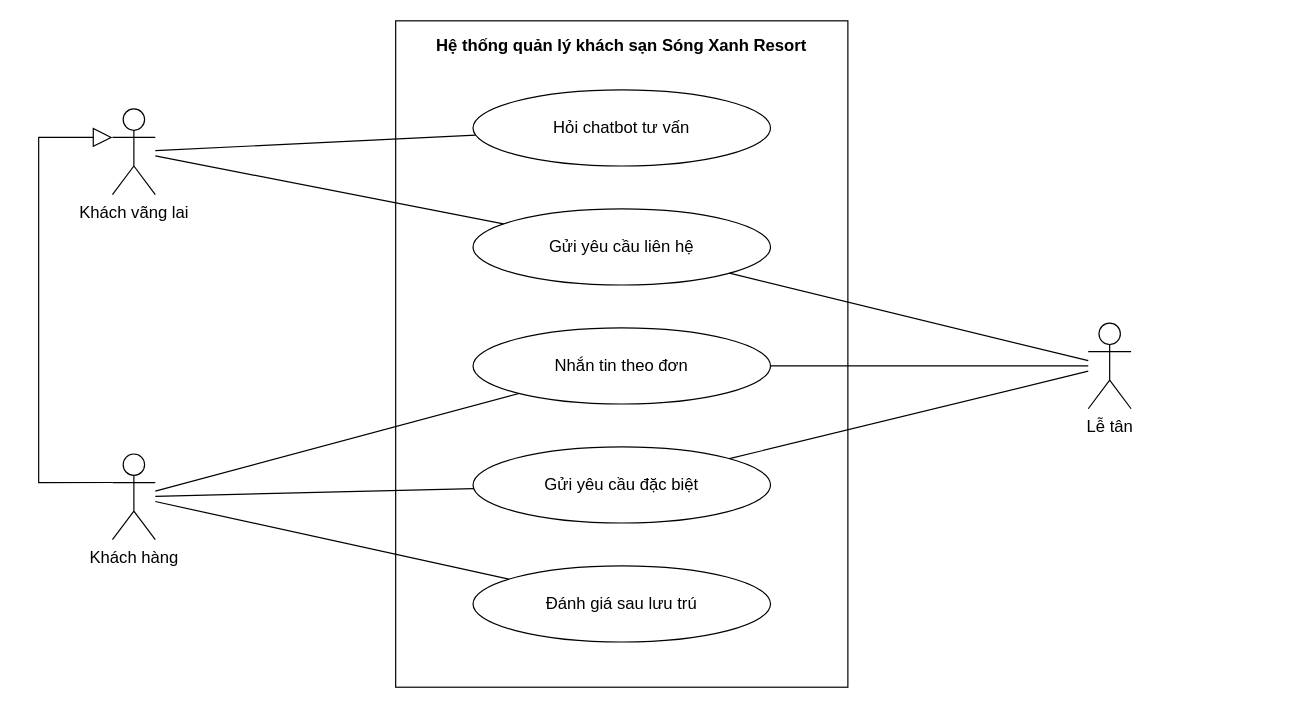
ngynquchn2511/beach-hotel keeps this draw.io diagram as docs/use-case/uc8-cham-soc-khach.drawio. Above is the earlier version. Source tidied: cells renumbered, new cells numbered last; positions are measured from the earlier drawing's top-left corner, leaving out a move shared by most shapes. Both pictures are drawn from the tidied source at 119%, with x=0, y=0 at pixel (38, 20).
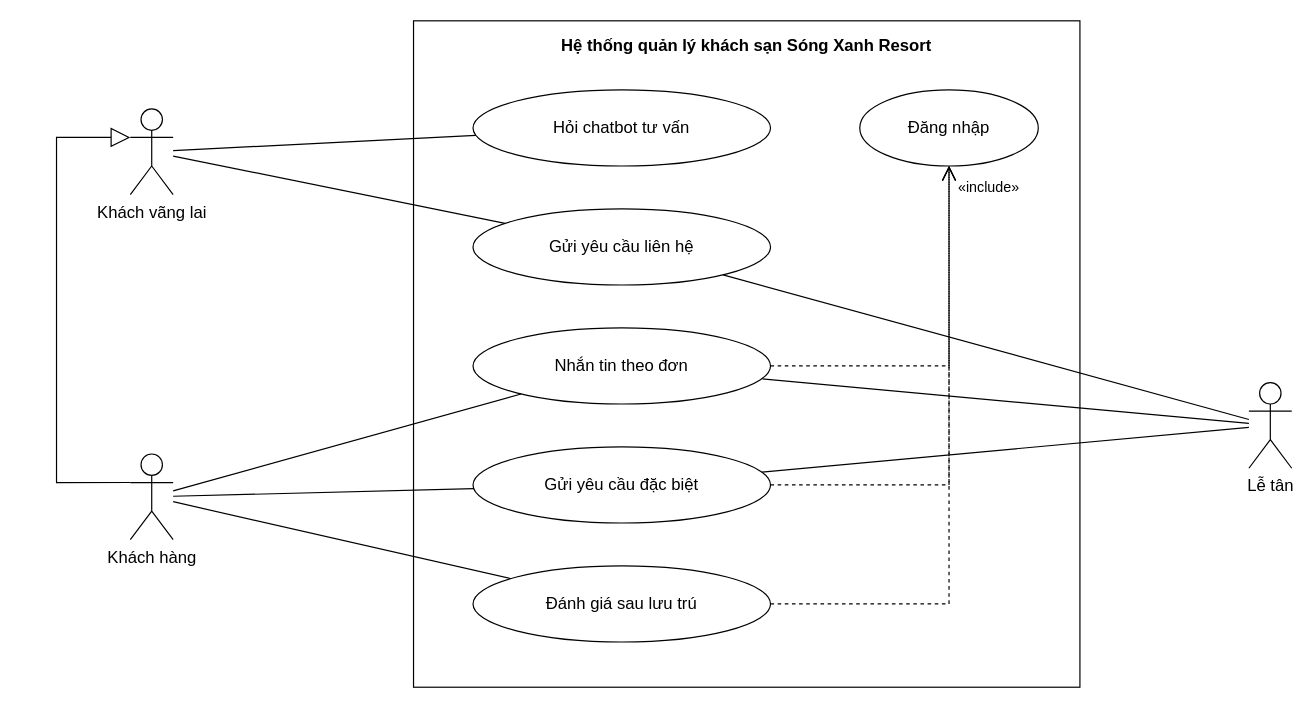
The same diagram, later.

Unchanged cells that the change refers to:
```xml
<mxCell id="3" value="Hỏi chatbot tư vấn" style="fontFamily=Arial;fontColor=#000000;ellipse;whiteSpace=wrap;html=1;fillColor=#FFFFFF;strokeColor=#000000;fontSize=14;" parent="1" vertex="1">
  <mxGeometry x="365" y="58" width="250" height="64" as="geometry" />
</mxCell>
<mxCell id="4" value="Gửi yêu cầu liên hệ" style="fontFamily=Arial;fontColor=#000000;ellipse;whiteSpace=wrap;html=1;fillColor=#FFFFFF;strokeColor=#000000;fontSize=14;" parent="1" vertex="1">
  <mxGeometry x="365" y="158" width="250" height="64" as="geometry" />
</mxCell>
<mxCell id="5" value="Nhắn tin theo đơn" style="fontFamily=Arial;fontColor=#000000;ellipse;whiteSpace=wrap;html=1;fillColor=#FFFFFF;strokeColor=#000000;fontSize=14;" parent="1" vertex="1">
  <mxGeometry x="365" y="258" width="250" height="64" as="geometry" />
</mxCell>
<mxCell id="6" value="Gửi yêu cầu đặc biệt" style="fontFamily=Arial;fontColor=#000000;ellipse;whiteSpace=wrap;html=1;fillColor=#FFFFFF;strokeColor=#000000;fontSize=14;" parent="1" vertex="1">
  <mxGeometry x="365" y="358" width="250" height="64" as="geometry" />
</mxCell>
<mxCell id="7" value="Đánh giá sau lưu trú" style="fontFamily=Arial;fontColor=#000000;ellipse;whiteSpace=wrap;html=1;fillColor=#FFFFFF;strokeColor=#000000;fontSize=14;" parent="1" vertex="1">
  <mxGeometry x="365" y="458" width="250" height="64" as="geometry" />
</mxCell>
```

The edit, as a diff of the source:
```diff
@@
     <mxCell id="2" value="Hệ thống quản lý khách sạn Sóng Xanh Resort" style="fontFamily=Arial;fontColor=#000000;rounded=0;whiteSpace=wrap;html=1;verticalAlign=top;fontStyle=1;fontSize=14;fillColor=none;strokeColor=#000000;spacingTop=6;" parent="1" vertex="1">
-      <mxGeometry x="300" width="380" height="560" as="geometry" />
+      <mxGeometry x="315" width="560" height="560" as="geometry" />
     </mxCell>
@@
-    <mxCell id="8" value="Khách vãng lai" style="fontFamily=Arial;fontColor=#000000;shape=umlActor;verticalLabelPosition=bottom;verticalAlign=top;html=1;outlineConnect=0;fillColor=#FFFFFF;strokeColor=#000000;fontSize=14;" parent="1" vertex="1">
-      <mxGeometry x="62" y="74" width="36" height="72" as="geometry" />
+    <mxCell id="8" value="Đăng nhập" style="fontFamily=Arial;fontColor=#000000;ellipse;whiteSpace=wrap;html=1;fillColor=#FFFFFF;strokeColor=#000000;fontSize=14;" parent="1" vertex="1">
+      <mxGeometry x="690" y="58" width="150" height="64" as="geometry" />
     </mxCell>
+    <mxCell id="20" style="fontFamily=Arial;fontColor=#000000;endArrow=open;endSize=10;dashed=1;html=1;strokeColor=#000000;rounded=0;fontSize=12;labelBackgroundColor=#FFFFFF;exitX=1;exitY=0.5;exitDx=0;exitDy=0;exitPerimeter=0;entryX=0.5;entryY=1;entryDx=0;entryDy=0;entryPerimeter=0;" parent="1" edge="1" source="5" target="8">
+      <mxGeometry relative="1" as="geometry">
+        <Array as="points">
+          <mxPoint x="765" y="290" />
+        </Array>
+      </mxGeometry>
+    </mxCell>
+    <mxCell id="21" style="fontFamily=Arial;fontColor=#000000;endArrow=open;endSize=10;dashed=1;html=1;strokeColor=#000000;rounded=0;fontSize=12;labelBackgroundColor=#FFFFFF;exitX=1;exitY=0.5;exitDx=0;exitDy=0;exitPerimeter=0;entryX=0.5;entryY=1;entryDx=0;entryDy=0;entryPerimeter=0;" parent="1" edge="1" source="6" target="8">
+      <mxGeometry relative="1" as="geometry">
+        <Array as="points">
+          <mxPoint x="765" y="390" />
+        </Array>
+      </mxGeometry>
+    </mxCell>
+    <mxCell id="11" style="fontFamily=Arial;fontColor=#000000;endArrow=open;endSize=10;dashed=1;html=1;strokeColor=#000000;rounded=0;fontSize=12;labelBackgroundColor=#FFFFFF;exitX=1;exitY=0.5;exitDx=0;exitDy=0;exitPerimeter=0;entryX=0.5;entryY=1;entryDx=0;entryDy=0;entryPerimeter=0;" parent="1" edge="1" source="7" target="8">
+      <mxGeometry relative="1" as="geometry">
+        <Array as="points">
+          <mxPoint x="765" y="490" />
+        </Array>
+      </mxGeometry>
+    </mxCell>
+    <mxCell id="22" value="«include»" style="fontFamily=Arial;fontColor=#000000;text;html=1;align=left;verticalAlign=middle;fontSize=12;strokeColor=none;fillColor=none;" parent="1" vertex="1">
+      <mxGeometry x="771" y="130" width="80" height="20" as="geometry" />
+    </mxCell>
+    <mxCell id="23" value="Khách vãng lai" style="fontFamily=Arial;fontColor=#000000;shape=umlActor;verticalLabelPosition=bottom;verticalAlign=top;html=1;outlineConnect=0;fillColor=#FFFFFF;strokeColor=#000000;fontSize=14;" parent="1" vertex="1">
+      <mxGeometry x="77" y="74" width="36" height="72" as="geometry" />
+    </mxCell>
     <mxCell id="9" value="Khách hàng" style="fontFamily=Arial;fontColor=#000000;shape=umlActor;verticalLabelPosition=bottom;verticalAlign=top;html=1;outlineConnect=0;fillColor=#FFFFFF;strokeColor=#000000;fontSize=14;" parent="1" vertex="1">
-      <mxGeometry x="62" y="364" width="36" height="72" as="geometry" />
+      <mxGeometry x="77" y="364" width="36" height="72" as="geometry" />
     </mxCell>
     <mxCell id="10" value="Lễ tân" style="fontFamily=Arial;fontColor=#000000;shape=umlActor;verticalLabelPosition=bottom;verticalAlign=top;html=1;outlineConnect=0;fillColor=#FFFFFF;strokeColor=#000000;fontSize=14;" parent="1" vertex="1">
-      <mxGeometry x="882" y="254" width="36" height="72" as="geometry" />
+      <mxGeometry x="1017" y="304" width="36" height="72" as="geometry" />
     </mxCell>
-    <mxCell id="11" style="fontFamily=Arial;fontColor=#000000;endArrow=none;html=1;strokeColor=#000000;rounded=0;" parent="1" edge="1" source="8" target="3">
-      <mxGeometry relative="1" as="geometry" />
-    </mxCell>
-    <mxCell id="12" style="fontFamily=Arial;fontColor=#000000;endArrow=none;html=1;strokeColor=#000000;rounded=0;" parent="1" edge="1" source="8" target="4">
-      <mxGeometry relative="1" as="geometry" />
-    </mxCell>
-    <mxCell id="13" style="fontFamily=Arial;fontColor=#000000;endArrow=none;html=1;strokeColor=#000000;rounded=0;" parent="1" edge="1" source="9" target="5">
-      <mxGeometry relative="1" as="geometry" />
-    </mxCell>
-    <mxCell id="14" style="fontFamily=Arial;fontColor=#000000;endArrow=none;html=1;strokeColor=#000000;rounded=0;" parent="1" edge="1" source="9" target="6">
-      <mxGeometry relative="1" as="geometry" />
-    </mxCell>
-    <mxCell id="15" style="fontFamily=Arial;fontColor=#000000;endArrow=none;html=1;strokeColor=#000000;rounded=0;" parent="1" edge="1" source="9" target="7">
-      <mxGeometry relative="1" as="geometry" />
-    </mxCell>
-    <mxCell id="16" style="fontFamily=Arial;fontColor=#000000;endArrow=none;html=1;strokeColor=#000000;rounded=0;" parent="1" edge="1" source="10" target="4">
+    <mxCell id="16" style="fontFamily=Arial;fontColor=#000000;endArrow=none;html=1;strokeColor=#000000;rounded=0;" parent="1" edge="1" source="23" target="3">
       <mxGeometry relative="1" as="geometry" />
     </mxCell>
-    <mxCell id="17" style="fontFamily=Arial;fontColor=#000000;endArrow=none;html=1;strokeColor=#000000;rounded=0;" parent="1" edge="1" source="10" target="5">
+    <mxCell id="17" style="fontFamily=Arial;fontColor=#000000;endArrow=none;html=1;strokeColor=#000000;rounded=0;" parent="1" edge="1" source="23" target="4">
       <mxGeometry relative="1" as="geometry" />
     </mxCell>
-    <mxCell id="18" style="fontFamily=Arial;fontColor=#000000;endArrow=none;html=1;strokeColor=#000000;rounded=0;" parent="1" edge="1" source="10" target="6">
+    <mxCell id="18" style="fontFamily=Arial;fontColor=#000000;endArrow=none;html=1;strokeColor=#000000;rounded=0;" parent="1" edge="1" source="9" target="5">
       <mxGeometry relative="1" as="geometry" />
     </mxCell>
-    <mxCell id="19" style="fontFamily=Arial;fontColor=#000000;endArrow=block;endSize=14;endFill=0;html=1;strokeColor=#000000;rounded=0;exitX=0;exitY=0.333;exitDx=0;exitDy=0;exitPerimeter=0;entryX=0;entryY=0.333;entryDx=0;entryDy=0;entryPerimeter=0;" parent="1" edge="1" source="9" target="8">
-      <mxGeometry relative="1" as="geometry">
-        <Array as="points">
-          <mxPoint y="388" />
-          <mxPoint y="98" />
-        </Array>
-      </mxGeometry>
+    <mxCell id="19" style="fontFamily=Arial;fontColor=#000000;endArrow=none;html=1;strokeColor=#000000;rounded=0;" parent="1" edge="1" source="9" target="6">
+      <mxGeometry relative="1" as="geometry" />
     </mxCell>
+    <mxCell id="15" style="fontFamily=Arial;fontColor=#000000;endArrow=none;html=1;strokeColor=#000000;rounded=0;" parent="1" edge="1" source="9" target="7">
+      <mxGeometry relative="1" as="geometry" />
+    </mxCell>
+    <mxCell id="24" style="fontFamily=Arial;fontColor=#000000;endArrow=none;html=1;strokeColor=#000000;rounded=0;" parent="1" edge="1" source="10" target="4">
+      <mxGeometry relative="1" as="geometry" />
+    </mxCell>
+    <mxCell id="25" style="fontFamily=Arial;fontColor=#000000;endArrow=none;html=1;strokeColor=#000000;rounded=0;" parent="1" edge="1" source="10" target="5">
+      <mxGeometry relative="1" as="geometry" />
+    </mxCell>
+    <mxCell id="26" style="fontFamily=Arial;fontColor=#000000;endArrow=none;html=1;strokeColor=#000000;rounded=0;" parent="1" edge="1" source="10" target="6">
+      <mxGeometry relative="1" as="geometry" />
+    </mxCell>
+    <mxCell id="27" style="fontFamily=Arial;fontColor=#000000;endArrow=block;endSize=14;endFill=0;html=1;strokeColor=#000000;rounded=0;exitX=0;exitY=0.333;exitDx=0;exitDy=0;exitPerimeter=0;entryX=0;entryY=0.333;entryDx=0;entryDy=0;entryPerimeter=0;" parent="1" edge="1" source="9" target="23">
+      <mxGeometry relative="1" as="geometry">
+        <Array as="points">
+          <mxPoint x="15" y="388" />
+          <mxPoint x="15" y="98" />
+        </Array>
+      </mxGeometry>
+    </mxCell>
```
